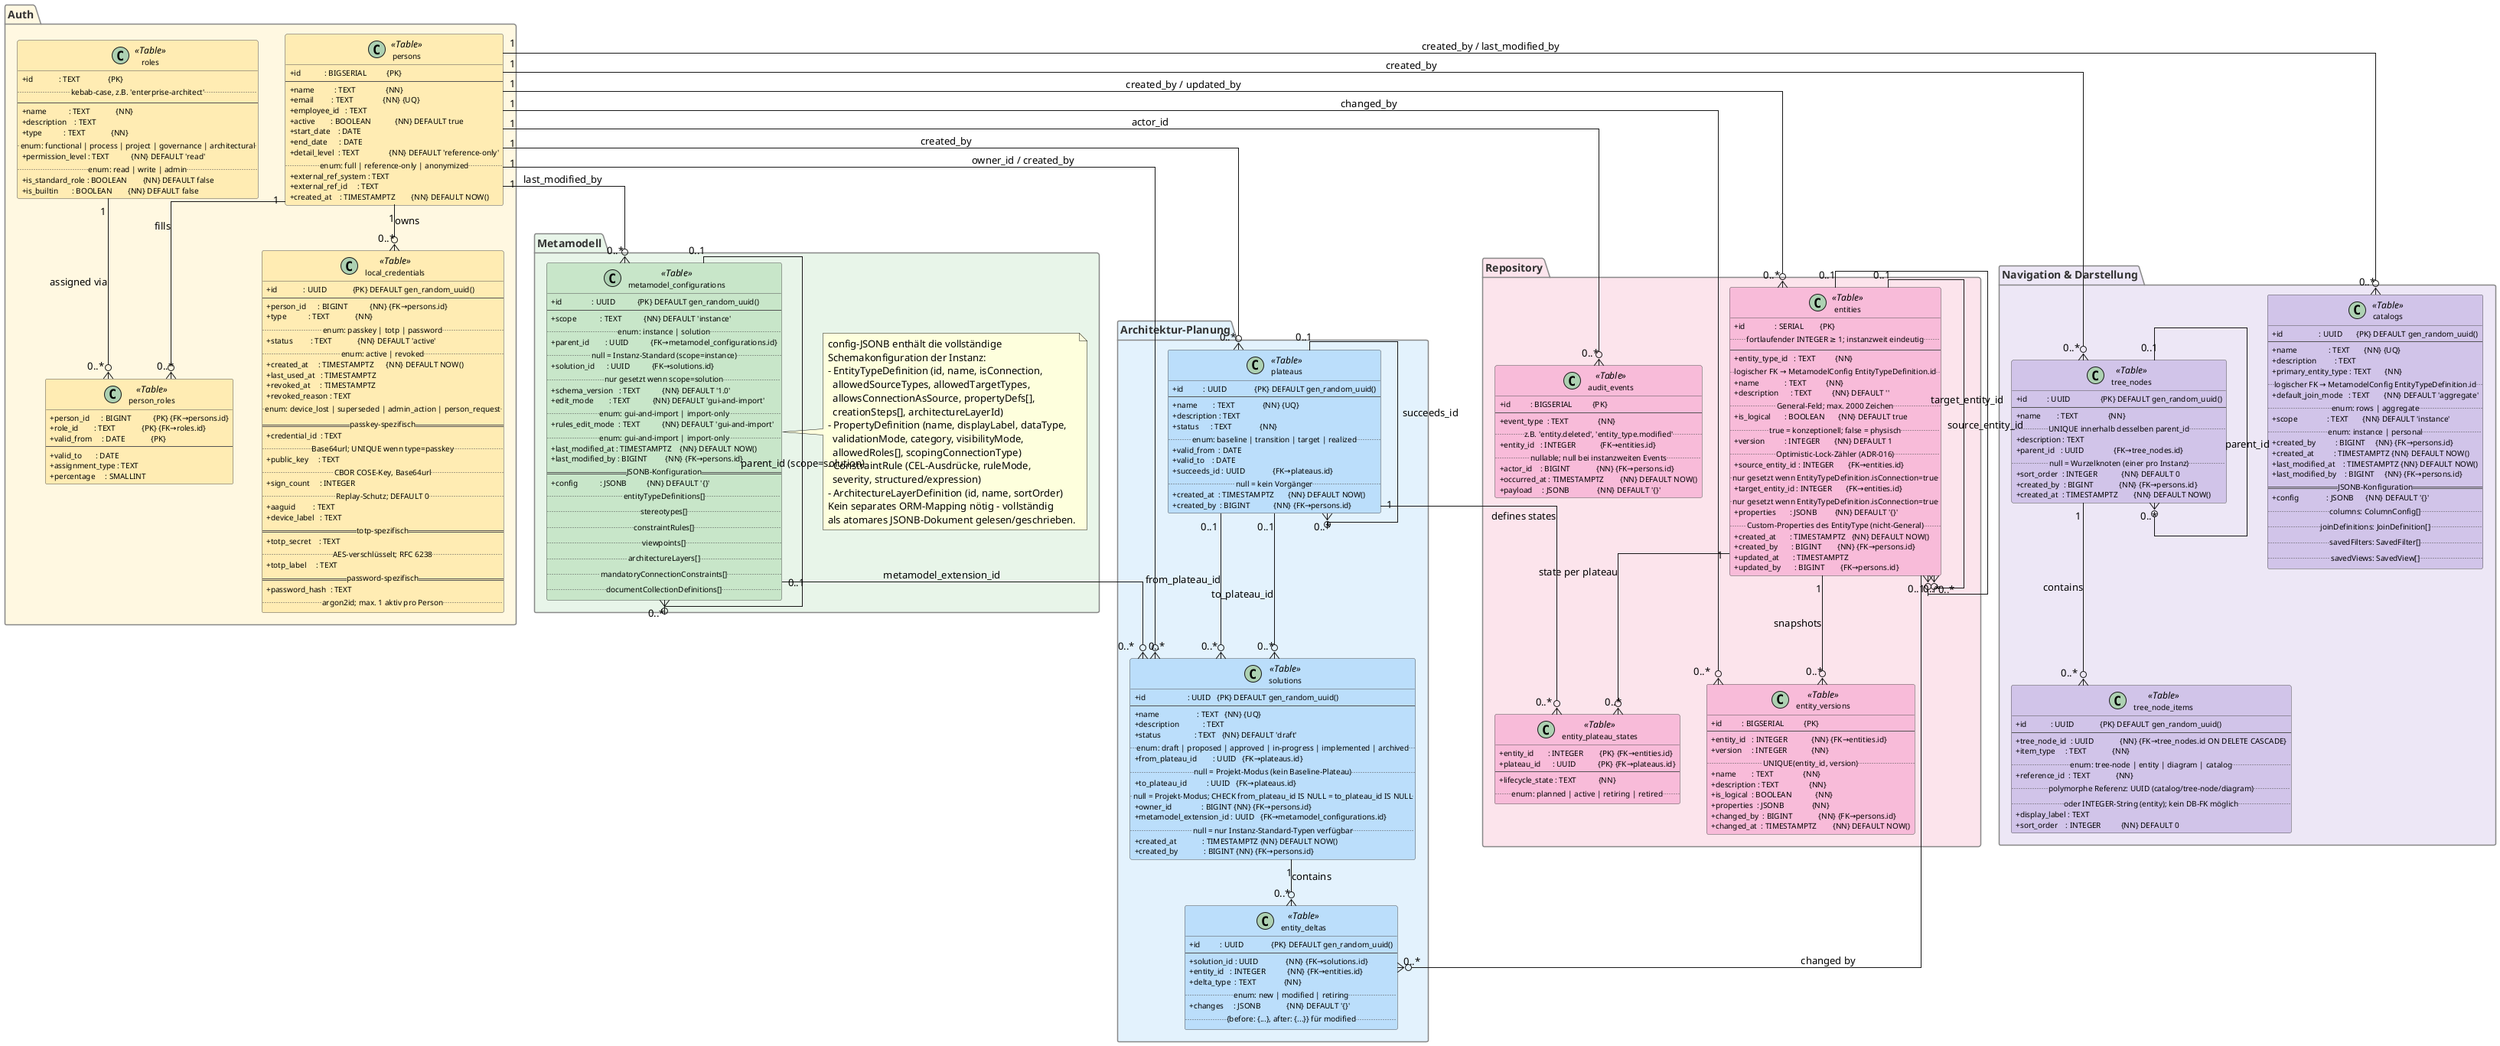
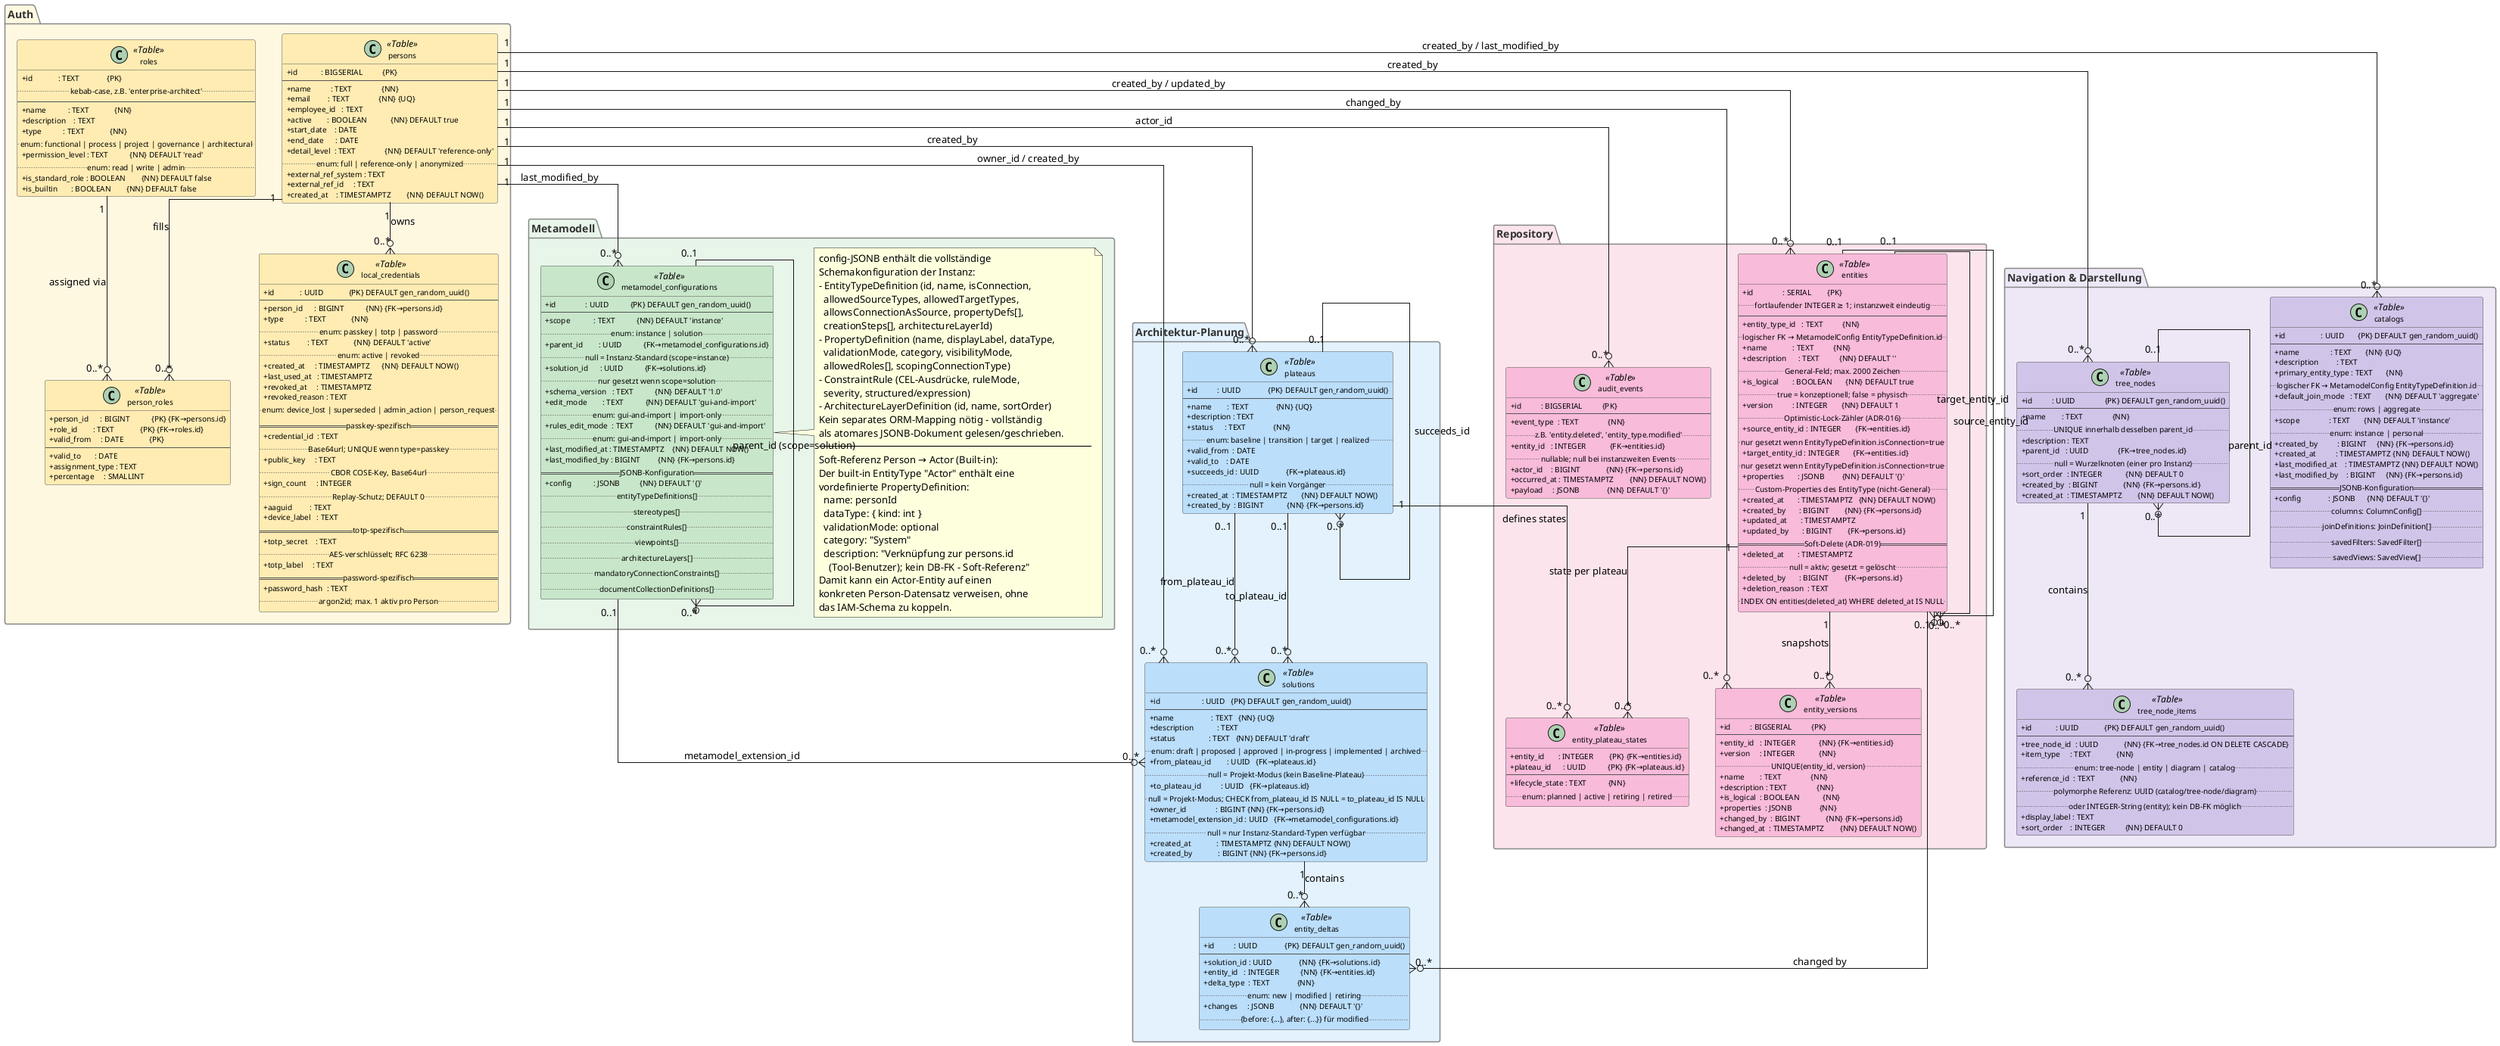
@startuml OEA – Datenmodell

' ─────────────────────────────────────────────────────
' Stil
' ─────────────────────────────────────────────────────
skinparam linetype ortho
skinparam classAttributeIconSize 0
skinparam class {
  BackgroundColor White
  BorderColor #555555
  FontSize 11
  AttributeFontSize 10
}
skinparam package {
  BorderColor #888888
  FontColor #333333
  BackgroundColor #F8F8F8
}
hide empty methods

' ─────────────────────────────────────────────────────
' Legende Konventionen
' {PK}   Primary Key
' {FK}   Foreign Key
' {UQ}   Unique Constraint
' {NN}   NOT NULL (implizit bei PK; explizit bei anderen)
' Enums als Kommentar: -- enum: a|b|c
' ─────────────────────────────────────────────────────

' ╔══════════════════════════════════════════════════════╗
' ║  AUTH                                               ║
' ╚══════════════════════════════════════════════════════╝
package "Auth" #FFF8E1 {

  class persons <<Table>> #FFECB3 {
    + id            : BIGSERIAL          {PK}
    --
    + name          : TEXT               {NN}
    + email         : TEXT               {NN} {UQ}
    + employee_id   : TEXT
    + active        : BOOLEAN            {NN} DEFAULT true
    + start_date    : DATE
    + end_date      : DATE
    + detail_level  : TEXT               {NN} DEFAULT 'reference-only'
    .. enum: full | reference-only | anonymized ..
    + external_ref_system : TEXT
    + external_ref_id     : TEXT
    + created_at    : TIMESTAMPTZ        {NN} DEFAULT NOW()
  }

  class roles <<Table>> #FFECB3 {
    + id             : TEXT              {PK}
    .. kebab-case, z.B. 'enterprise-architect' ..
    --
    + name           : TEXT             {NN}
    + description    : TEXT
    + type           : TEXT             {NN}
    .. enum: functional | process | project | governance | architectural ..
    + permission_level : TEXT           {NN} DEFAULT 'read'
    .. enum: read | write | admin ..
    + is_standard_role : BOOLEAN        {NN} DEFAULT false
    + is_builtin       : BOOLEAN        {NN} DEFAULT false
  }

  class person_roles <<Table>> #FFECB3 {
    + person_id      : BIGINT           {PK} {FK→persons.id}
    + role_id        : TEXT             {PK} {FK→roles.id}
    + valid_from     : DATE             {PK}
    --
    + valid_to       : DATE
    + assignment_type : TEXT
    + percentage     : SMALLINT
  }

  class local_credentials <<Table>> #FFECB3 {
    + id             : UUID             {PK} DEFAULT gen_random_uuid()
    --
    + person_id      : BIGINT           {NN} {FK→persons.id}
    + type           : TEXT             {NN}
    .. enum: passkey | totp | password ..
    + status         : TEXT             {NN} DEFAULT 'active'
    .. enum: active | revoked ..
    + created_at     : TIMESTAMPTZ      {NN} DEFAULT NOW()
    + last_used_at   : TIMESTAMPTZ
    + revoked_at     : TIMESTAMPTZ
    + revoked_reason : TEXT
    .. enum: device_lost | superseded | admin_action | person_request ..
    == passkey-spezifisch ==
    + credential_id  : TEXT
    .. Base64url; UNIQUE wenn type=passkey ..
    + public_key     : TEXT
    .. CBOR COSE-Key, Base64url ..
    + sign_count     : INTEGER
    .. Replay-Schutz; DEFAULT 0 ..
    + aaguid         : TEXT
    + device_label   : TEXT
    == totp-spezifisch ==
    + totp_secret    : TEXT
    .. AES-verschlüsselt; RFC 6238 ..
    + totp_label     : TEXT
    == password-spezifisch ==
    + password_hash  : TEXT
    .. argon2id; max. 1 aktiv pro Person ..
  }

  persons       "1" --o{ "0..*" person_roles  : fills
  roles         "1" --o{ "0..*" person_roles  : assigned via
  persons       "1" --o{ "0..*" local_credentials : owns

}

' ╔══════════════════════════════════════════════════════╗
' ║  METAMODELL                                         ║
' ╚══════════════════════════════════════════════════════╝
package "Metamodell" #E8F5E9 {

  class metamodel_configurations <<Table>> #C8E6C9 {
    + id               : UUID           {PK} DEFAULT gen_random_uuid()
    --
    + scope            : TEXT           {NN} DEFAULT 'instance'
    .. enum: instance | solution ..
    + parent_id        : UUID           {FK→metamodel_configurations.id}
    .. null = Instanz-Standard (scope=instance) ..
    + solution_id      : UUID           {FK→solutions.id}
    .. nur gesetzt wenn scope=solution ..
    + schema_version   : TEXT           {NN} DEFAULT '1.0'
    + edit_mode        : TEXT           {NN} DEFAULT 'gui-and-import'
    .. enum: gui-and-import | import-only ..
    + rules_edit_mode  : TEXT           {NN} DEFAULT 'gui-and-import'
    .. enum: gui-and-import | import-only ..
    + last_modified_at : TIMESTAMPTZ    {NN} DEFAULT NOW()
    + last_modified_by : BIGINT         {NN} {FK→persons.id}
    == JSONB-Konfiguration ==
    + config           : JSONB          {NN} DEFAULT '{}'
    .. entityTypeDefinitions[]           ..
    .. stereotypes[]                     ..
    .. constraintRules[]                 ..
    .. viewpoints[]                      ..
    .. architectureLayers[]              ..
    .. mandatoryConnectionConstraints[]  ..
    .. documentCollectionDefinitions[]   ..
  }

  note right of metamodel_configurations
    config-JSONB enthält die vollständige
    Schemakonfiguration der Instanz:
    – EntityTypeDefinition (id, name, isConnection,
      allowedSourceTypes, allowedTargetTypes,
      allowsConnectionAsSource, propertyDefs[],
      creationSteps[], architectureLayerId)
    – PropertyDefinition (name, displayLabel, dataType,
      validationMode, category, visibilityMode,
      allowedRoles[], scopingConnectionType)
    – ConstraintRule (CEL-Ausdrücke, ruleMode,
      severity, structured/expression)
    – ArchitectureLayerDefinition (id, name, sortOrder)
    Kein separates ORM-Mapping nötig – vollständig
    als atomares JSONB-Dokument gelesen/geschrieben.
+     ──────────────────────────────────────────────
+     Soft-Referenz Person → Actor (Built-in):
+     Der built-in EntityType "Actor" enthält eine
+     vordefinierte PropertyDefinition:
+       name: personId
+       dataType: { kind: int }
+       validationMode: optional
+       category: "System"
+       description: "Verknüpfung zur persons.id
+         (Tool-Benutzer); kein DB-FK – Soft-Referenz"
+     Damit kann ein Actor-Entity auf einen
+     konkreten Person-Datensatz verweisen, ohne
+     das IAM-Schema zu koppeln.
  end note

  metamodel_configurations "0..1" --o{ "0..*" metamodel_configurations : parent_id (scope=solution)

}

' ╔══════════════════════════════════════════════════════╗
' ║  ARCHITEKTUR-PLANUNG                                ║
' ╚══════════════════════════════════════════════════════╝
package "Architektur-Planung" #E3F2FD {

  class plateaus <<Table>> #BBDEFB {
    + id          : UUID              {PK} DEFAULT gen_random_uuid()
    --
    + name        : TEXT              {NN} {UQ}
    + description : TEXT
    + status      : TEXT              {NN}
    .. enum: baseline | transition | target | realized ..
    + valid_from  : DATE
    + valid_to    : DATE
    + succeeds_id : UUID              {FK→plateaus.id}
    .. null = kein Vorgänger ..
    + created_at  : TIMESTAMPTZ       {NN} DEFAULT NOW()
    + created_by  : BIGINT            {NN} {FK→persons.id}
  }

  class solutions <<Table>> #BBDEFB {
    + id                     : UUID   {PK} DEFAULT gen_random_uuid()
    --
    + name                   : TEXT   {NN} {UQ}
    + description            : TEXT
    + status                 : TEXT   {NN} DEFAULT 'draft'
    .. enum: draft | proposed | approved | in-progress | implemented | archived ..
    + from_plateau_id        : UUID   {FK→plateaus.id}
    .. null = Projekt-Modus (kein Baseline-Plateau) ..
    + to_plateau_id          : UUID   {FK→plateaus.id}
    .. null = Projekt-Modus; CHECK from_plateau_id IS NULL = to_plateau_id IS NULL ..
    + owner_id               : BIGINT {NN} {FK→persons.id}
    + metamodel_extension_id : UUID   {FK→metamodel_configurations.id}
    .. null = nur Instanz-Standard-Typen verfügbar ..
    + created_at             : TIMESTAMPTZ {NN} DEFAULT NOW()
    + created_by             : BIGINT {NN} {FK→persons.id}
  }

  class entity_deltas <<Table>> #BBDEFB {
    + id          : UUID              {PK} DEFAULT gen_random_uuid()
    --
    + solution_id : UUID              {NN} {FK→solutions.id}
    + entity_id   : INTEGER           {NN} {FK→entities.id}
    + delta_type  : TEXT              {NN}
    .. enum: new | modified | retiring ..
    + changes     : JSONB             {NN} DEFAULT '{}'
    .. {before: {...}, after: {...}} für modified ..
  }

  plateaus "0..1" --o{ "0..*" plateaus     : succeeds_id
  plateaus "0..1" --o{ "0..*" solutions    : from_plateau_id
  plateaus "0..1" --o{ "0..*" solutions    : to_plateau_id
  solutions "1"   --o{ "0..*" entity_deltas : contains
  metamodel_configurations "0..1" --o{ "0..*" solutions : metamodel_extension_id

}

' ╔══════════════════════════════════════════════════════╗
' ║  REPOSITORY (Kern-Datenhaltung)                     ║
' ╚══════════════════════════════════════════════════════╝
package "Repository" #FCE4EC {

  class entities <<Table>> #F8BBD9 {
    + id               : SERIAL        {PK}
    .. fortlaufender INTEGER ≥ 1; instanzweit eindeutig ..
    --
    + entity_type_id   : TEXT          {NN}
    .. logischer FK → MetamodelConfig EntityTypeDefinition.id ..
    + name             : TEXT          {NN}
    + description      : TEXT          {NN} DEFAULT ''
    .. General-Feld; max. 2000 Zeichen ..
    + is_logical       : BOOLEAN       {NN} DEFAULT true
    .. true = konzeptionell; false = physisch ..
    + version          : INTEGER       {NN} DEFAULT 1
    .. Optimistic-Lock-Zähler (ADR-016) ..
    + source_entity_id : INTEGER       {FK→entities.id}
    .. nur gesetzt wenn EntityTypeDefinition.isConnection=true ..
    + target_entity_id : INTEGER       {FK→entities.id}
    .. nur gesetzt wenn EntityTypeDefinition.isConnection=true ..
    + properties       : JSONB         {NN} DEFAULT '{}'
    .. Custom-Properties des EntityType (nicht-General) ..
    + created_at       : TIMESTAMPTZ   {NN} DEFAULT NOW()
    + created_by       : BIGINT        {NN} {FK→persons.id}
    + updated_at       : TIMESTAMPTZ
    + updated_by       : BIGINT        {FK→persons.id}
+     == Soft-Delete (ADR-019) ==
+     + deleted_at       : TIMESTAMPTZ
+     .. null = aktiv; gesetzt = gelöscht ..
+     + deleted_by       : BIGINT        {FK→persons.id}
+     + deletion_reason  : TEXT
+     .. INDEX ON entities(deleted_at) WHERE deleted_at IS NULL ..
  }

  class entity_versions <<Table>> #F8BBD9 {
    + id          : BIGSERIAL          {PK}
    --
    + entity_id   : INTEGER            {NN} {FK→entities.id}
    + version     : INTEGER            {NN}
    .. UNIQUE(entity_id, version) ..
    + name        : TEXT               {NN}
    + description : TEXT               {NN}
    + is_logical  : BOOLEAN            {NN}
    + properties  : JSONB              {NN}
    + changed_by  : BIGINT             {NN} {FK→persons.id}
    + changed_at  : TIMESTAMPTZ        {NN} DEFAULT NOW()
  }

  class entity_plateau_states <<Table>> #F8BBD9 {
    + entity_id       : INTEGER        {PK} {FK→entities.id}
    + plateau_id      : UUID           {PK} {FK→plateaus.id}
    --
    + lifecycle_state : TEXT           {NN}
    .. enum: planned | active | retiring | retired ..
  }

  class audit_events <<Table>> #F8BBD9 {
    + id          : BIGSERIAL          {PK}
    --
    + event_type  : TEXT               {NN}
    .. z.B. 'entity.deleted', 'entity_type.modified' ..
    + entity_id   : INTEGER            {FK→entities.id}
    .. nullable; null bei instanzweiten Events ..
    + actor_id    : BIGINT             {NN} {FK→persons.id}
    + occurred_at : TIMESTAMPTZ        {NN} DEFAULT NOW()
    + payload     : JSONB              {NN} DEFAULT '{}'
  }

  entities         "1" --o{ "0..*" entity_versions       : snapshots
  entities         "0..1" --o{ "0..*" entities           : source_entity_id
  entities         "0..1" --o{ "0..*" entities           : target_entity_id
  entities         "1" --o{ "0..*" entity_plateau_states : state per plateau
  plateaus         "1" --o{ "0..*" entity_plateau_states : defines states
  entities         "0..1" --o{ "0..*" entity_deltas      : changed by

}

' ╔══════════════════════════════════════════════════════╗
' ║  NAVIGATION & DARSTELLUNG                           ║
' ╚══════════════════════════════════════════════════════╝
package "Navigation & Darstellung" #EDE7F6 {

  class catalogs <<Table>> #D1C4E9 {
    + id                  : UUID       {PK} DEFAULT gen_random_uuid()
    --
    + name                : TEXT       {NN} {UQ}
    + description         : TEXT
    + primary_entity_type : TEXT       {NN}
    .. logischer FK → MetamodelConfig EntityTypeDefinition.id ..
    + default_join_mode   : TEXT       {NN} DEFAULT 'aggregate'
    .. enum: rows | aggregate ..
    + scope               : TEXT       {NN} DEFAULT 'instance'
    .. enum: instance | personal ..
    + created_by          : BIGINT     {NN} {FK→persons.id}
    + created_at          : TIMESTAMPTZ {NN} DEFAULT NOW()
    + last_modified_at    : TIMESTAMPTZ {NN} DEFAULT NOW()
    + last_modified_by    : BIGINT     {NN} {FK→persons.id}
    == JSONB-Konfiguration ==
    + config              : JSONB      {NN} DEFAULT '{}'
    .. columns: ColumnConfig[]         ..
    .. joinDefinitions: JoinDefinition[]   ..
    .. savedFilters: SavedFilter[]         ..
    .. savedViews: SavedView[]             ..
  }

  class tree_nodes <<Table>> #D1C4E9 {
    + id          : UUID               {PK} DEFAULT gen_random_uuid()
    --
    + name        : TEXT               {NN}
    .. UNIQUE innerhalb desselben parent_id ..
    + description : TEXT
    + parent_id   : UUID               {FK→tree_nodes.id}
    .. null = Wurzelknoten (einer pro Instanz) ..
    + sort_order  : INTEGER            {NN} DEFAULT 0
    + created_by  : BIGINT             {NN} {FK→persons.id}
    + created_at  : TIMESTAMPTZ        {NN} DEFAULT NOW()
  }

  class tree_node_items <<Table>> #D1C4E9 {
    + id            : UUID             {PK} DEFAULT gen_random_uuid()
    --
    + tree_node_id  : UUID             {NN} {FK→tree_nodes.id ON DELETE CASCADE}
    + item_type     : TEXT             {NN}
    .. enum: tree-node | entity | diagram | catalog ..
    + reference_id  : TEXT             {NN}
    .. polymorphe Referenz: UUID (catalog/tree-node/diagram) ..
    .. oder INTEGER-String (entity); kein DB-FK möglich ..
    + display_label : TEXT
    + sort_order    : INTEGER          {NN} DEFAULT 0
  }

  tree_nodes      "0..1" --o{ "0..*" tree_nodes       : parent_id
  tree_nodes      "1"    --o{ "0..*" tree_node_items  : contains

}

' ─────────────────────────────────────────────────────
' Cross-Package-Beziehungen
' ─────────────────────────────────────────────────────
persons "1" --o{ "0..*" entities               : created_by / updated_by
persons "1" --o{ "0..*" solutions              : owner_id / created_by
persons "1" --o{ "0..*" plateaus               : created_by
persons "1" --o{ "0..*" metamodel_configurations : last_modified_by
persons "1" --o{ "0..*" catalogs               : created_by / last_modified_by
persons "1" --o{ "0..*" tree_nodes             : created_by
persons "1" --o{ "0..*" entity_versions        : changed_by
persons "1" --o{ "0..*" audit_events           : actor_id

@enduml
